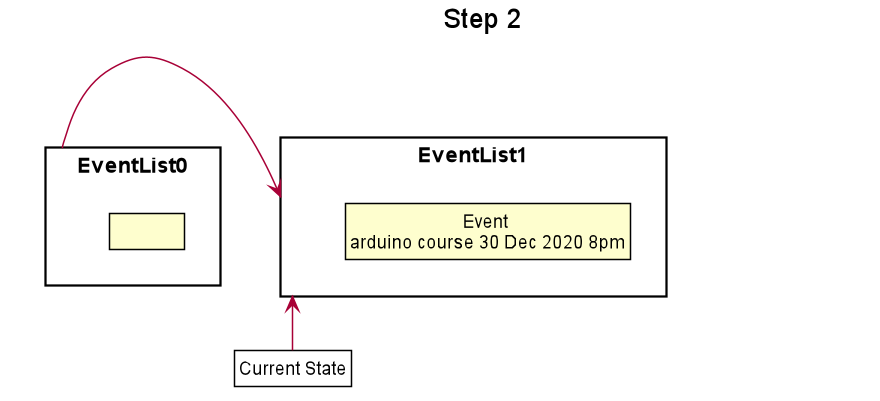
Before: docs/EventDiagram/EventSteps/Step2.png, a diagram exported from PlantUML (nus-cs2113-AY2021S1/tp).
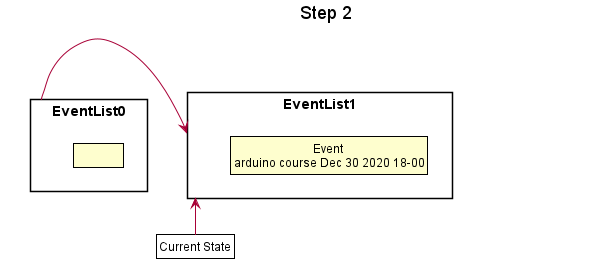
The same file after the commit.

Change to the diagram source:
```diff
@@ -53,7 +53,7 @@
     class State1 as " "
 }
 package EventList1 {
-    class State2 as "Event \narduino course 30 Dec 2020 8pm"
+    class State2 as "Event \narduino course Dec 30 2020 18-00"
 }
 
 package EventList2 {
```
